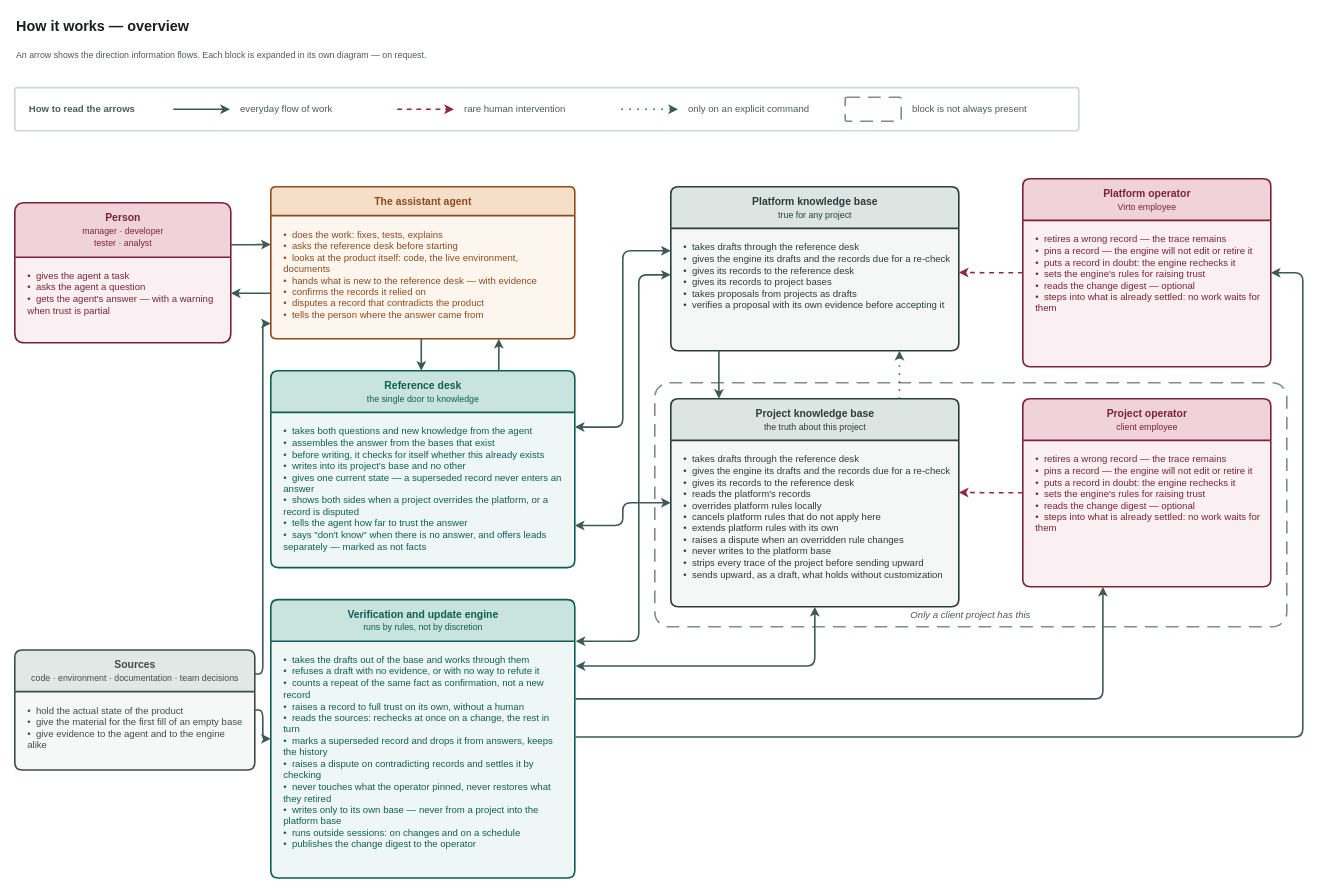
Earlier version of the draw.io diagram page "Overview" (1 of 5) of docs/adr/adr-knowledge-base-v3-overview.drawio (VirtoCommerce/ai-tools). Source tidied: cells renumbered, new cells numbered last; positions are measured from the earlier drawing's top-left corner, leaving out a move shared by most shapes. Both pictures are drawn from the tidied source at 80%, with x=0, y=0 at pixel (14, 14).
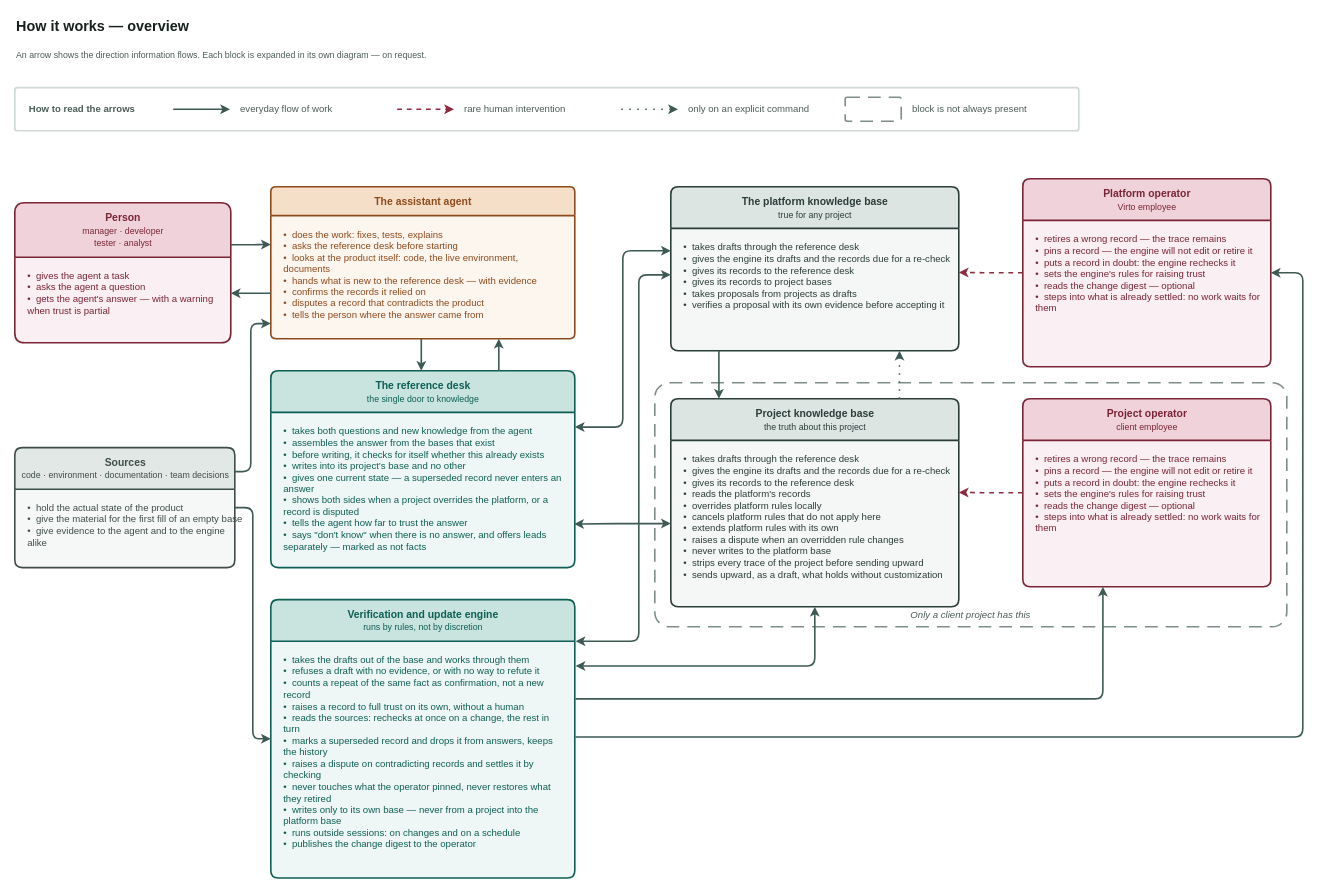
Above is the later version.

Commit message:
docs(adr): kb v3 — both bases on one canvas, each in its own frame (VCST-5776)

Unchanged cells that the change refers to:
```xml
<mxCell id="21" value="The assistant agent" style="swimlane;html=1;rounded=1;arcSize=6;startSize=36;horizontal=1;fillColor=#f5dfc8;swimlaneFillColor=#fdf6ef;strokeColor=#8f4a1b;fontColor=#8f4a1b;fontSize=13;fontStyle=1;align=center;verticalAlign=middle;strokeWidth=2;fontFamily=Helvetica;" parent="1" vertex="1">
  <mxGeometry x="320" y="216" width="380" height="190" as="geometry" />
</mxCell>
<mxCell id="24" value="•&amp;nbsp; takes both questions and new knowledge from the agent&lt;br&gt;•&amp;nbsp; assembles the answer from the bases that exist&lt;br&gt;•&amp;nbsp; before writing, it checks for itself whether this already exists&lt;br&gt;•&amp;nbsp; writes into its project’s base and no other&lt;br&gt;•&amp;nbsp; gives one current state — a superseded record never enters an answer&lt;br&gt;•&amp;nbsp; shows both sides when a project overrides the platform, or a record is disputed&lt;br&gt;•&amp;nbsp; tells the agent how far to trust the answer&lt;br&gt;•&amp;nbsp; says &quot;don't know&quot; when there is no answer, and offers leads separately — marked as not facts" style="text;html=1;align=left;verticalAlign=top;whiteSpace=wrap;spacingLeft=14;spacingTop=10;spacingRight=10;fontSize=12;fontColor=#0d5f55;fontFamily=Helvetica;" parent="23" vertex="1">
  <mxGeometry y="52" width="380" height="194" as="geometry" />
</mxCell>
<mxCell id="28" value="Project knowledge base&lt;br&gt;&lt;span style=&quot;font-size:11px;font-weight:normal&quot;&gt;the truth about this project&lt;/span&gt;" style="swimlane;html=1;rounded=1;arcSize=6;startSize=52;horizontal=1;fillColor=#dde5e3;swimlaneFillColor=#f4f7f6;strokeColor=#2b3d39;fontColor=#2b3d39;fontSize=13;fontStyle=1;align=center;verticalAlign=middle;strokeWidth=2;fontFamily=Helvetica;" parent="1" vertex="1">
  <mxGeometry x="820" y="481" width="360" height="260" as="geometry" />
</mxCell>
<mxCell id="29" value="•&amp;nbsp; takes drafts through the reference desk&lt;br&gt;•&amp;nbsp; gives the engine its drafts and the records due for a re-check&lt;br&gt;•&amp;nbsp; gives its records to the reference desk&lt;br&gt;•&amp;nbsp; reads the platform's records&lt;br&gt;•&amp;nbsp; overrides platform rules locally&lt;br&gt;•&amp;nbsp; cancels platform rules that do not apply here&lt;br&gt;•&amp;nbsp; extends platform rules with its own&lt;br&gt;•&amp;nbsp; raises a dispute when an overridden rule changes&lt;br&gt;•&amp;nbsp; never writes to the platform base&lt;br&gt;•&amp;nbsp; strips every trace of the project before sending upward&lt;br&gt;•&amp;nbsp; sends upward, as a draft, what holds without customization" style="text;html=1;align=left;verticalAlign=top;whiteSpace=wrap;spacingLeft=14;spacingTop=10;spacingRight=10;fontSize=12;fontColor=#2b3d39;fontFamily=Helvetica;" parent="28" vertex="1">
  <mxGeometry y="52" width="360" height="208" as="geometry" />
</mxCell>
```

What changed in the source:
```diff
@@
-    <mxCell id="23" value="Reference desk&lt;br&gt;&lt;span style=&quot;font-size:11px;font-weight:normal&quot;&gt;the single door to knowledge&lt;/span&gt;" style="swimlane;html=1;rounded=1;arcSize=6;startSize=52;horizontal=1;fillColor=#c9e4de;swimlaneFillColor=#eef7f5;strokeColor=#0d5f55;fontColor=#0d5f55;fontSize=13;fontStyle=1;align=center;verticalAlign=middle;strokeWidth=2;fontFamily=Helvetica;" parent="1" vertex="1">
+    <mxCell id="23" value="The reference desk&lt;br&gt;&lt;span style=&quot;font-size:11px;font-weight:normal&quot;&gt;the single door to knowledge&lt;/span&gt;" style="swimlane;html=1;rounded=1;arcSize=6;startSize=52;horizontal=1;fillColor=#c9e4de;swimlaneFillColor=#eef7f5;strokeColor=#0d5f55;fontColor=#0d5f55;fontSize=13;fontStyle=1;align=center;verticalAlign=middle;strokeWidth=2;fontFamily=Helvetica;" parent="1" vertex="1">
       <mxGeometry x="320" y="446" width="380" height="246" as="geometry" />
     </mxCell>
@@
-    <mxCell id="26" value="Platform knowledge base&lt;br&gt;&lt;span style=&quot;font-size:11px;font-weight:normal&quot;&gt;true for any project&lt;/span&gt;" style="swimlane;html=1;rounded=1;arcSize=6;startSize=52;horizontal=1;fillColor=#dde5e3;swimlaneFillColor=#f4f7f6;strokeColor=#2b3d39;fontColor=#2b3d39;fontSize=13;fontStyle=1;align=center;verticalAlign=middle;strokeWidth=2;fontFamily=Helvetica;" parent="1" vertex="1">
+    <mxCell id="26" value="The platform knowledge base&lt;br&gt;&lt;span style=&quot;font-size:11px;font-weight:normal&quot;&gt;true for any project&lt;/span&gt;" style="swimlane;html=1;rounded=1;arcSize=6;startSize=52;horizontal=1;fillColor=#dde5e3;swimlaneFillColor=#f4f7f6;strokeColor=#2b3d39;fontColor=#2b3d39;fontSize=13;fontStyle=1;align=center;verticalAlign=middle;strokeWidth=2;fontFamily=Helvetica;" parent="1" vertex="1">
       <mxGeometry x="820" y="216" width="360" height="205" as="geometry" />
     </mxCell>
@@
     <mxCell id="36" value="Sources&lt;br&gt;&lt;span style=&quot;font-size:11px;font-weight:normal&quot;&gt;code · environment · documentation · team decisions&lt;/span&gt;" style="swimlane;html=1;rounded=1;arcSize=6;startSize=52;horizontal=1;fillColor=#e2e8e6;swimlaneFillColor=#f6f8f7;strokeColor=#3f4d49;fontColor=#3f4d49;fontSize=13;fontStyle=1;align=center;verticalAlign=middle;strokeWidth=2;fontFamily=Helvetica;" parent="1" vertex="1">
-      <mxGeometry y="795" width="300" height="150" as="geometry" />
+      <mxGeometry y="542" width="275" height="150" as="geometry" />
     </mxCell>
@@
-    <mxCell id="43" style="edgeStyle=orthogonalEdgeStyle;rounded=1;html=1;labelBackgroundColor=#ffffff;fontSize=12;strokeWidth=2;strokeColor=#3d5a55;fontColor=#2f3a37;fontFamily=Helvetica;exitX=0;exitY=0.5;exitDx=0;exitDy=0;entryX=1;entryY=0.786;entryDx=0;entryDy=0;startArrow=classic;startFill=1;startArrow=classic;startFill=1;" parent="1" edge="1" source="28" target="23">
+    <mxCell id="43" style="edgeStyle=orthogonalEdgeStyle;rounded=1;html=1;labelBackgroundColor=#ffffff;fontSize=12;strokeWidth=2;strokeColor=#3d5a55;fontColor=#2f3a37;fontFamily=Helvetica;exitX=0;exitY=0.5;exitDx=0;exitDy=0;entryX=0.998;entryY=0.719;entryDx=0;entryDy=0;startArrow=classic;startFill=1;startArrow=classic;startFill=1;entryPerimeter=0;" parent="1" edge="1" source="29" target="24">
       <mxGeometry relative="1" as="geometry" />
     </mxCell>
@@
     <mxCell id="53" style="edgeStyle=orthogonalEdgeStyle;rounded=1;html=1;labelBackgroundColor=#ffffff;fontSize=12;strokeWidth=2;strokeColor=#3d5a55;fontColor=#2f3a37;fontFamily=Helvetica;exitX=1;exitY=0.2;exitDx=0;exitDy=0;entryX=0;entryY=0.9;entryDx=0;entryDy=0;" parent="1" edge="1" source="36" target="21">
       <mxGeometry relative="1" as="geometry">
         <Array as="points">
-          <mxPoint x="310" y="825" />
-          <mxPoint x="310" y="387" />
+          <mxPoint x="295" y="572" />
+          <mxPoint x="295" y="387" />
         </Array>
       </mxGeometry>
     </mxCell>
```
